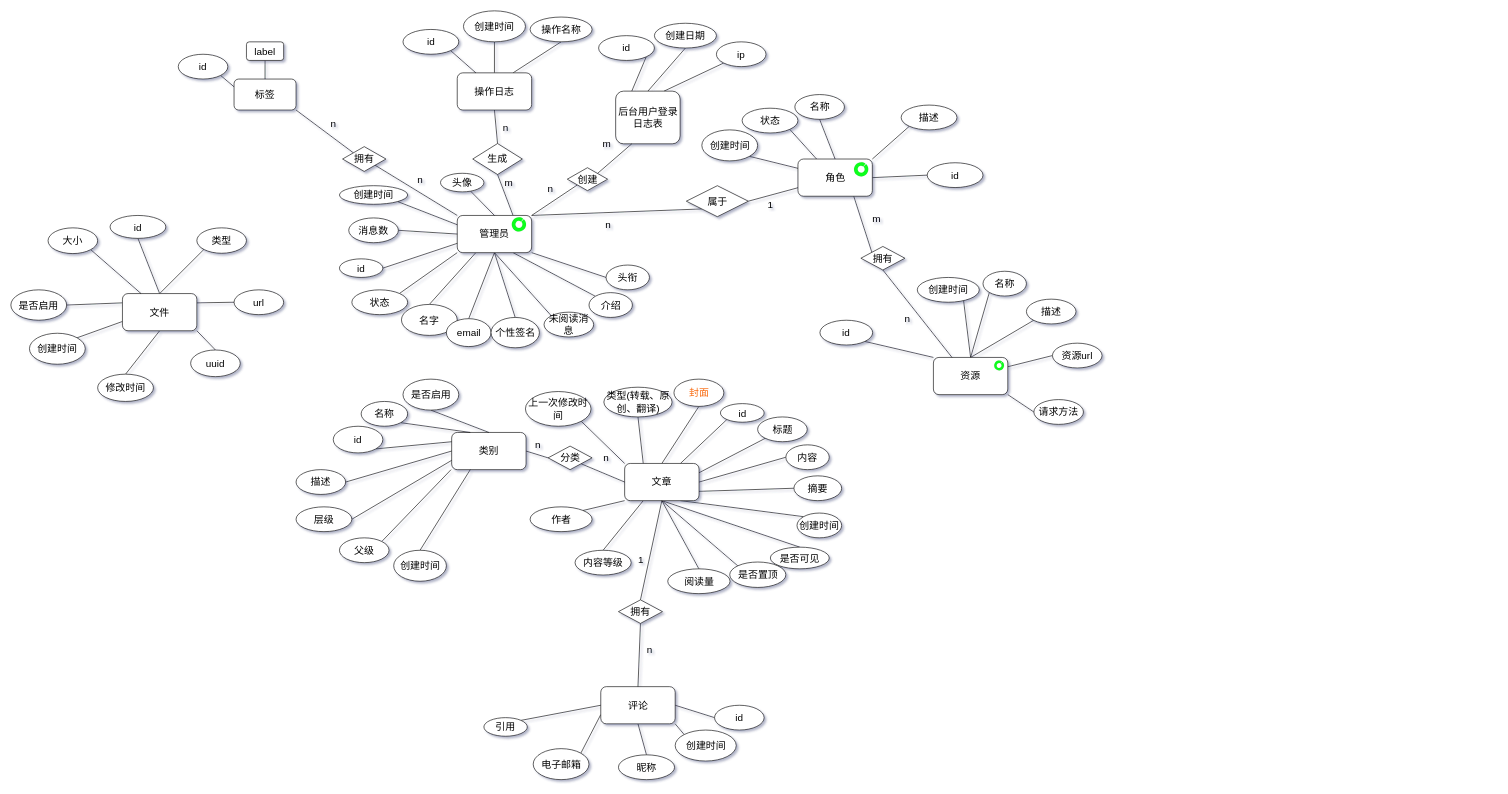
This is document/sql/blog.drawio from hhoao/vblog, a draw.io file, before an edit. Source tidied: cells renumbered, new cells numbered last; positions are measured from the earlier drawing's top-left corner, leaving out a move shared by most shapes. Both pictures are drawn from the tidied source at 62%, with x=0, y=0 at pixel (11, 11).
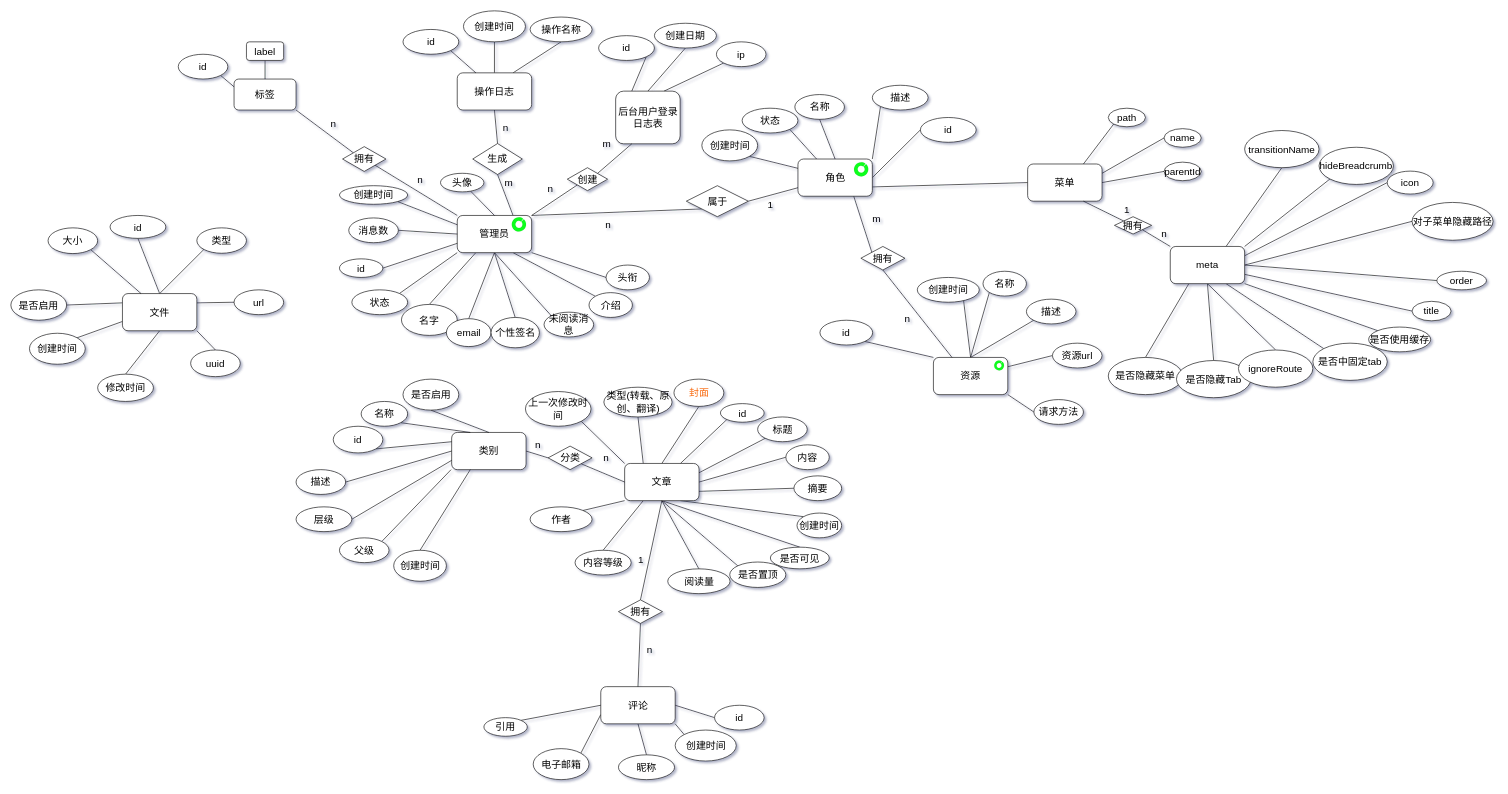
Above is the later version.

The change refers to these unchanged cells:
```xml
<mxCell id="17" value="角色" style="rounded=1;whiteSpace=wrap;html=1;fontSize=16;" parent="1" vertex="1">
  <mxGeometry x="1269.5" y="239" width="120" height="60" as="geometry" />
</mxCell>
```

Diff of the diagram source:
```diff
@@
+    <mxCell id="176" style="rounded=0;jettySize=auto;html=1;exitX=1;exitY=0.75;exitDx=0;exitDy=0;entryX=0;entryY=0.5;entryDx=0;entryDy=0;endArrow=none;endFill=0;" parent="1" edge="1" source="17" target="180">
+      <mxGeometry relative="1" as="geometry" />
+    </mxCell>
@@
     <mxCell id="31" value="id" style="ellipse;whiteSpace=wrap;html=1;fontSize=16;" parent="1" vertex="1">
-      <mxGeometry x="1478" y="245" width="90" height="40" as="geometry" />
+      <mxGeometry x="1467" y="172" width="90" height="40" as="geometry" />
     </mxCell>
@@
     <mxCell id="38" value="描述" style="ellipse;whiteSpace=wrap;html=1;fontSize=16;" parent="1" vertex="1">
-      <mxGeometry x="1436" y="152" width="90" height="40" as="geometry" />
+      <mxGeometry x="1389.5" y="120" width="90" height="40" as="geometry" />
     </mxCell>
@@
+    <mxCell id="177" style="edgeStyle=none;shape=connector;rounded=0;jettySize=auto;html=1;exitX=0.75;exitY=0;exitDx=0;exitDy=0;entryX=0;entryY=1;entryDx=0;entryDy=0;labelBackgroundColor=default;fontFamily=Helvetica;fontSize=16;fontColor=default;endArrow=none;endFill=0;strokeColor=default;" parent="1" edge="1" source="180" target="181">
+      <mxGeometry relative="1" as="geometry" />
+    </mxCell>
+    <mxCell id="178" style="edgeStyle=none;shape=connector;rounded=0;jettySize=auto;html=1;exitX=1;exitY=0.25;exitDx=0;exitDy=0;entryX=0;entryY=0.5;entryDx=0;entryDy=0;labelBackgroundColor=default;fontFamily=Helvetica;fontSize=16;fontColor=default;endArrow=none;endFill=0;strokeColor=default;" parent="1" edge="1" source="180" target="182">
+      <mxGeometry relative="1" as="geometry" />
+    </mxCell>
+    <mxCell id="179" style="edgeStyle=none;shape=connector;rounded=0;jettySize=auto;html=1;exitX=1;exitY=0.5;exitDx=0;exitDy=0;entryX=0;entryY=0.5;entryDx=0;entryDy=0;labelBackgroundColor=default;fontFamily=Helvetica;fontSize=16;fontColor=default;endArrow=none;endFill=0;strokeColor=default;" parent="1" edge="1" source="180" target="183">
+      <mxGeometry relative="1" as="geometry" />
+    </mxCell>
+    <mxCell id="180" value="&lt;font style=&quot;font-size: 16px;&quot;&gt;菜单&lt;/font&gt;" style="rounded=1;whiteSpace=wrap;html=1;" parent="1" vertex="1">
+      <mxGeometry x="1640" y="247" width="120" height="60" as="geometry" />
+    </mxCell>
+    <mxCell id="181" value="path" style="ellipse;whiteSpace=wrap;html=1;fontFamily=Helvetica;fontSize=16;fontColor=default;" parent="1" vertex="1">
+      <mxGeometry x="1770" y="157" width="60" height="30" as="geometry" />
+    </mxCell>
+    <mxCell id="182" value="name" style="ellipse;whiteSpace=wrap;html=1;fontFamily=Helvetica;fontSize=16;fontColor=default;" parent="1" vertex="1">
+      <mxGeometry x="1860" y="190" width="60" height="30" as="geometry" />
+    </mxCell>
+    <mxCell id="183" value="parentId" style="ellipse;whiteSpace=wrap;html=1;fontFamily=Helvetica;fontSize=16;fontColor=default;" parent="1" vertex="1">
+      <mxGeometry x="1860" y="244" width="60" height="30" as="geometry" />
+    </mxCell>
+    <mxCell id="184" style="edgeStyle=none;shape=connector;rounded=0;jettySize=auto;html=1;exitX=0.75;exitY=0;exitDx=0;exitDy=0;entryX=0.5;entryY=1;entryDx=0;entryDy=0;labelBackgroundColor=default;fontFamily=Helvetica;fontSize=16;fontColor=default;endArrow=none;endFill=0;strokeColor=default;" parent="1" edge="1" source="195" target="202">
+      <mxGeometry relative="1" as="geometry" />
+    </mxCell>
+    <mxCell id="185" style="edgeStyle=none;shape=connector;rounded=0;jettySize=auto;html=1;exitX=1;exitY=0;exitDx=0;exitDy=0;entryX=0;entryY=1;entryDx=0;entryDy=0;labelBackgroundColor=default;fontFamily=Helvetica;fontSize=16;fontColor=default;endArrow=none;endFill=0;strokeColor=default;" parent="1" edge="1" source="195" target="201">
+      <mxGeometry relative="1" as="geometry" />
+    </mxCell>
+    <mxCell id="186" style="edgeStyle=none;shape=connector;rounded=0;jettySize=auto;html=1;exitX=1;exitY=0.25;exitDx=0;exitDy=0;entryX=0;entryY=0.5;entryDx=0;entryDy=0;labelBackgroundColor=default;fontFamily=Helvetica;fontSize=16;fontColor=default;endArrow=none;endFill=0;strokeColor=default;" parent="1" edge="1" source="195" target="200">
+      <mxGeometry relative="1" as="geometry" />
+    </mxCell>
+    <mxCell id="187" style="edgeStyle=none;shape=connector;rounded=0;jettySize=auto;html=1;exitX=1;exitY=0.5;exitDx=0;exitDy=0;entryX=0;entryY=0.5;entryDx=0;entryDy=0;labelBackgroundColor=default;fontFamily=Helvetica;fontSize=16;fontColor=default;endArrow=none;endFill=0;strokeColor=default;" parent="1" edge="1" source="195" target="199">
+      <mxGeometry relative="1" as="geometry" />
+    </mxCell>
+    <mxCell id="188" style="edgeStyle=none;shape=connector;rounded=0;jettySize=auto;html=1;exitX=1;exitY=0.5;exitDx=0;exitDy=0;entryX=0;entryY=0.5;entryDx=0;entryDy=0;labelBackgroundColor=default;fontFamily=Helvetica;fontSize=16;fontColor=default;endArrow=none;endFill=0;strokeColor=default;" parent="1" edge="1" source="195" target="206">
+      <mxGeometry relative="1" as="geometry" />
+    </mxCell>
+    <mxCell id="189" style="edgeStyle=none;shape=connector;rounded=0;jettySize=auto;html=1;exitX=1;exitY=0.75;exitDx=0;exitDy=0;entryX=0;entryY=0.5;entryDx=0;entryDy=0;labelBackgroundColor=default;fontFamily=Helvetica;fontSize=16;fontColor=default;endArrow=none;endFill=0;strokeColor=default;" parent="1" edge="1" source="195" target="205">
+      <mxGeometry relative="1" as="geometry" />
+    </mxCell>
+    <mxCell id="190" style="edgeStyle=none;shape=connector;rounded=0;jettySize=auto;html=1;exitX=1;exitY=1;exitDx=0;exitDy=0;entryX=0;entryY=0;entryDx=0;entryDy=0;labelBackgroundColor=default;fontFamily=Helvetica;fontSize=16;fontColor=default;endArrow=none;endFill=0;strokeColor=default;" parent="1" edge="1" source="195" target="204">
+      <mxGeometry relative="1" as="geometry" />
+    </mxCell>
+    <mxCell id="191" style="edgeStyle=none;shape=connector;rounded=0;jettySize=auto;html=1;exitX=0.75;exitY=1;exitDx=0;exitDy=0;entryX=0;entryY=0;entryDx=0;entryDy=0;labelBackgroundColor=default;fontFamily=Helvetica;fontSize=16;fontColor=default;endArrow=none;endFill=0;strokeColor=default;" parent="1" edge="1" source="195" target="203">
+      <mxGeometry relative="1" as="geometry" />
+    </mxCell>
+    <mxCell id="192" style="edgeStyle=none;shape=connector;rounded=0;jettySize=auto;html=1;exitX=0.5;exitY=1;exitDx=0;exitDy=0;entryX=0.5;entryY=0;entryDx=0;entryDy=0;labelBackgroundColor=default;fontFamily=Helvetica;fontSize=16;fontColor=default;endArrow=none;endFill=0;strokeColor=default;" parent="1" edge="1" source="195" target="198">
+      <mxGeometry relative="1" as="geometry" />
+    </mxCell>
+    <mxCell id="193" style="edgeStyle=none;shape=connector;rounded=0;jettySize=auto;html=1;exitX=0.5;exitY=1;exitDx=0;exitDy=0;entryX=0.5;entryY=0;entryDx=0;entryDy=0;labelBackgroundColor=default;fontFamily=Helvetica;fontSize=16;fontColor=default;endArrow=none;endFill=0;strokeColor=default;" parent="1" edge="1" source="195" target="197">
+      <mxGeometry relative="1" as="geometry" />
+    </mxCell>
+    <mxCell id="194" style="edgeStyle=none;shape=connector;rounded=0;jettySize=auto;html=1;exitX=0.25;exitY=1;exitDx=0;exitDy=0;entryX=0.5;entryY=0;entryDx=0;entryDy=0;labelBackgroundColor=default;fontFamily=Helvetica;fontSize=16;fontColor=default;endArrow=none;endFill=0;strokeColor=default;" parent="1" edge="1" source="195" target="196">
+      <mxGeometry relative="1" as="geometry" />
+    </mxCell>
+    <mxCell id="195" value="meta" style="rounded=1;whiteSpace=wrap;html=1;fontFamily=Helvetica;fontSize=16;fontColor=default;strokeColor=default;fillColor=default;" parent="1" vertex="1">
+      <mxGeometry x="1870" y="380" width="120" height="60" as="geometry" />
+    </mxCell>
+    <mxCell id="196" value="是否隐藏菜单" style="ellipse;whiteSpace=wrap;html=1;fontFamily=Helvetica;fontSize=16;fontColor=default;strokeColor=default;fillColor=default;" parent="1" vertex="1">
+      <mxGeometry x="1770" y="559" width="120" height="60" as="geometry" />
+    </mxCell>
+    <mxCell id="197" value="是否隐藏Tab" style="ellipse;whiteSpace=wrap;html=1;fontFamily=Helvetica;fontSize=16;fontColor=default;strokeColor=default;fillColor=default;" parent="1" vertex="1">
+      <mxGeometry x="1880" y="564" width="120" height="60" as="geometry" />
+    </mxCell>
+    <mxCell id="198" value="ignoreRoute" style="ellipse;whiteSpace=wrap;html=1;fontFamily=Helvetica;fontSize=16;fontColor=default;strokeColor=default;fillColor=default;" parent="1" vertex="1">
+      <mxGeometry x="1980" y="547" width="120" height="60" as="geometry" />
+    </mxCell>
+    <mxCell id="199" value="对子菜单隐藏路径" style="ellipse;whiteSpace=wrap;html=1;fontFamily=Helvetica;fontSize=16;fontColor=default;strokeColor=default;fillColor=default;" parent="1" vertex="1">
+      <mxGeometry x="2260" y="309" width="130.7" height="61" as="geometry" />
+    </mxCell>
+    <mxCell id="200" value="icon" style="ellipse;whiteSpace=wrap;html=1;fontFamily=Helvetica;fontSize=16;fontColor=default;strokeColor=default;fillColor=default;" parent="1" vertex="1">
+      <mxGeometry x="2220" y="258.5" width="74" height="37" as="geometry" />
+    </mxCell>
+    <mxCell id="201" value="hideBreadcrumb" style="ellipse;whiteSpace=wrap;html=1;fontFamily=Helvetica;fontSize=16;fontColor=default;strokeColor=default;fillColor=default;" parent="1" vertex="1">
+      <mxGeometry x="2110" y="220" width="120" height="60" as="geometry" />
+    </mxCell>
+    <mxCell id="202" value="transitionName" style="ellipse;whiteSpace=wrap;html=1;fontFamily=Helvetica;fontSize=16;fontColor=default;strokeColor=default;fillColor=default;" parent="1" vertex="1">
+      <mxGeometry x="1990" y="193" width="120" height="60" as="geometry" />
+    </mxCell>
+    <mxCell id="203" value="是否中固定tab" style="ellipse;whiteSpace=wrap;html=1;fontFamily=Helvetica;fontSize=16;fontColor=default;strokeColor=default;fillColor=default;" parent="1" vertex="1">
+      <mxGeometry x="2100" y="536" width="120" height="60" as="geometry" />
+    </mxCell>
+    <mxCell id="204" value="是否使用缓存" style="ellipse;whiteSpace=wrap;html=1;fontFamily=Helvetica;fontSize=16;fontColor=default;strokeColor=default;fillColor=default;" parent="1" vertex="1">
+      <mxGeometry x="2190" y="510" width="100" height="40" as="geometry" />
+    </mxCell>
+    <mxCell id="205" value="title" style="ellipse;whiteSpace=wrap;html=1;fontFamily=Helvetica;fontSize=16;fontColor=default;strokeColor=default;fillColor=default;" parent="1" vertex="1">
+      <mxGeometry x="2260" y="468.5" width="63" height="31.5" as="geometry" />
+    </mxCell>
+    <mxCell id="206" value="order" style="ellipse;whiteSpace=wrap;html=1;fontFamily=Helvetica;fontSize=16;fontColor=default;strokeColor=default;fillColor=default;" parent="1" vertex="1">
+      <mxGeometry x="2300" y="420" width="80" height="30" as="geometry" />
+    </mxCell>
+    <mxCell id="207" style="edgeStyle=none;shape=connector;rounded=0;jettySize=auto;html=1;exitX=1;exitY=1;exitDx=0;exitDy=0;entryX=0;entryY=0;entryDx=0;entryDy=0;labelBackgroundColor=default;fontFamily=Helvetica;fontSize=16;fontColor=default;endArrow=none;endFill=0;strokeColor=default;" parent="1" edge="1" source="209" target="195">
+      <mxGeometry relative="1" as="geometry" />
+    </mxCell>
+    <mxCell id="208" style="edgeStyle=none;shape=connector;rounded=0;jettySize=auto;html=1;exitX=0;exitY=0;exitDx=0;exitDy=0;entryX=0.75;entryY=1;entryDx=0;entryDy=0;labelBackgroundColor=default;fontFamily=Helvetica;fontSize=16;fontColor=default;endArrow=none;endFill=0;strokeColor=default;" parent="1" edge="1" source="209" target="180">
+      <mxGeometry relative="1" as="geometry" />
+    </mxCell>
+    <mxCell id="209" value="拥有" style="rhombus;whiteSpace=wrap;html=1;fontFamily=Helvetica;fontSize=16;fontColor=default;strokeColor=default;fillColor=default;" parent="1" vertex="1">
+      <mxGeometry x="1780" y="332" width="60" height="28" as="geometry" />
+    </mxCell>
+    <mxCell id="210" value="1" style="text;html=1;align=center;verticalAlign=middle;strokeColor=none;fillColor=none;fontSize=16;fontFamily=Helvetica;fontColor=default;" parent="1" vertex="1">
+      <mxGeometry x="1790" y="310" width="20" height="20" as="geometry" />
+    </mxCell>
+    <mxCell id="211" value="n" style="text;html=1;align=center;verticalAlign=middle;strokeColor=none;fillColor=none;fontSize=16;fontFamily=Helvetica;fontColor=default;" parent="1" vertex="1">
+      <mxGeometry x="1850" y="350" width="20" height="20" as="geometry" />
+    </mxCell>
```
